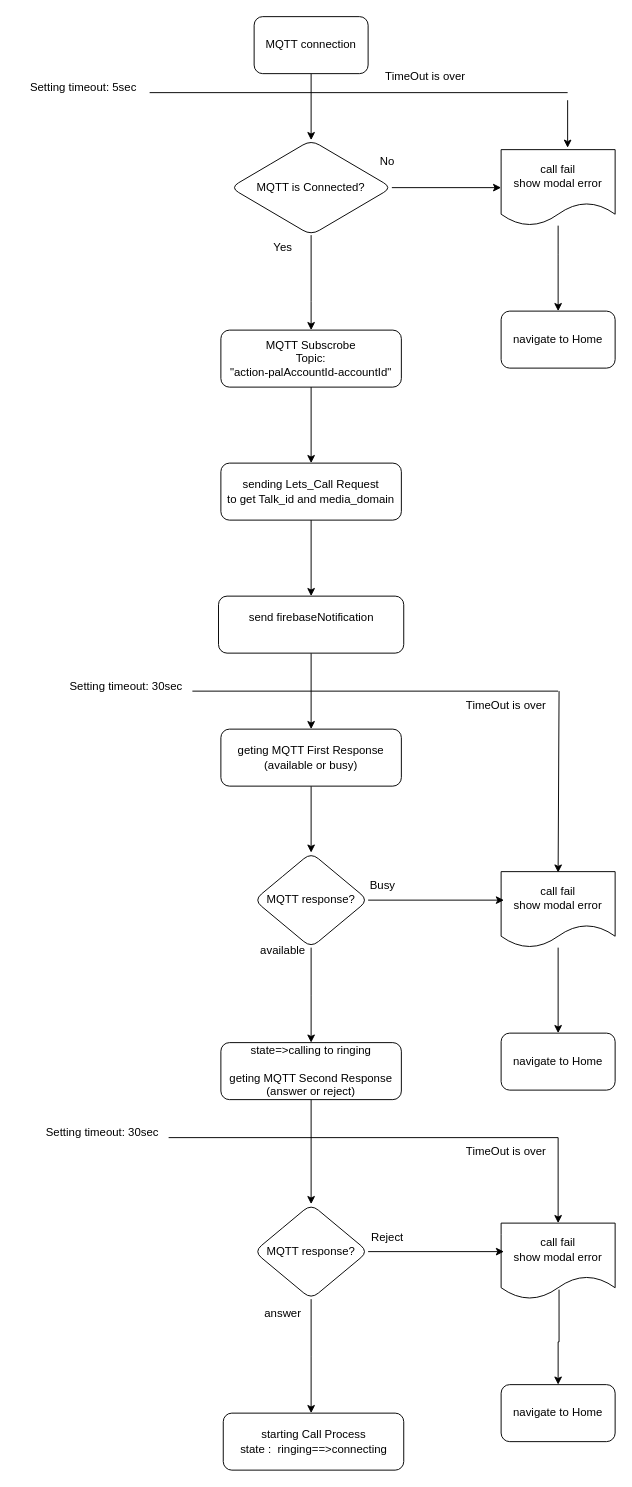
Earlier version of the draw.io diagram page "calling_to_ringing" (3 of 3) of Untitled Diagram.drawio (argolpour/bash-scripts). Source tidied: cells renumbered, new cells numbered last; positions are measured from the earlier drawing's top-left corner, leaving out a move shared by most shapes. Both pictures are drawn from the tidied source at 95%, with x=0, y=0 at pixel (16, 16).
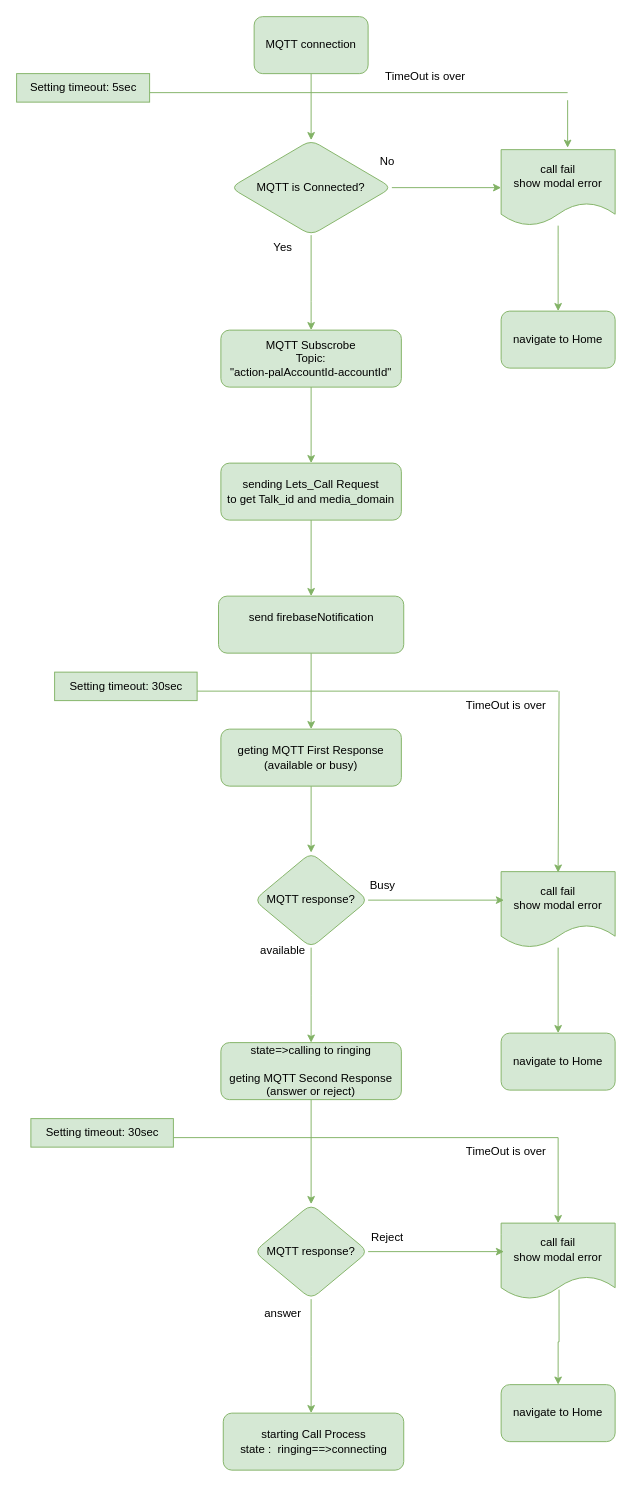
The same diagram, later.

Diff of the diagram source:
```diff
@@
-    <mxCell id="2" style="edgeStyle=orthogonalEdgeStyle;rounded=0;jettySize=auto;html=1;" parent="1" edge="1" source="3" target="6">
+    <mxCell id="2" style="edgeStyle=orthogonalEdgeStyle;rounded=0;jettySize=auto;html=1;fillColor=#d5e8d4;strokeColor=#82b366;" parent="1" edge="1" source="3" target="6">
       <mxGeometry relative="1" as="geometry" />
     </mxCell>
-    <mxCell id="3" value="MQTT connection" style="rounded=1;whiteSpace=wrap;html=1;" parent="1" vertex="1">
+    <mxCell id="3" value="MQTT connection" style="rounded=1;whiteSpace=wrap;html=1;fillColor=#d5e8d4;strokeColor=#82b366;" parent="1" vertex="1">
       <mxGeometry x="250" width="120" height="60" as="geometry" />
     </mxCell>
-    <mxCell id="4" style="edgeStyle=orthogonalEdgeStyle;rounded=0;jettySize=auto;html=1;" parent="1" edge="1" source="6" target="8">
+    <mxCell id="4" style="edgeStyle=orthogonalEdgeStyle;rounded=0;jettySize=auto;html=1;fillColor=#d5e8d4;strokeColor=#82b366;" parent="1" edge="1" source="6" target="8">
       <mxGeometry relative="1" as="geometry" />
     </mxCell>
-    <mxCell id="5" style="edgeStyle=orthogonalEdgeStyle;rounded=0;jettySize=auto;html=1;" parent="1" edge="1" source="6" target="12">
+    <mxCell id="5" style="edgeStyle=orthogonalEdgeStyle;rounded=0;jettySize=auto;html=1;fillColor=#d5e8d4;strokeColor=#82b366;" parent="1" edge="1" source="6" target="12">
       <mxGeometry relative="1" as="geometry">
         <Array as="points">
           <mxPoint x="310" y="300" />
           <mxPoint x="310" y="300" />
         </Array>
       </mxGeometry>
     </mxCell>
-    <mxCell id="6" value="MQTT is Connected?" style="rhombus;whiteSpace=wrap;html=1;rounded=1;" parent="1" vertex="1">
+    <mxCell id="6" value="MQTT is Connected?" style="rhombus;whiteSpace=wrap;html=1;rounded=1;fillColor=#d5e8d4;strokeColor=#82b366;" parent="1" vertex="1">
       <mxGeometry x="225" y="130" width="170" height="100" as="geometry" />
     </mxCell>
-    <mxCell id="7" style="edgeStyle=orthogonalEdgeStyle;rounded=0;jettySize=auto;html=1;" parent="1" edge="1" source="8" target="10">
+    <mxCell id="7" style="edgeStyle=orthogonalEdgeStyle;rounded=0;jettySize=auto;html=1;fillColor=#d5e8d4;strokeColor=#82b366;" parent="1" edge="1" source="8" target="10">
       <mxGeometry relative="1" as="geometry">
         <Array as="points">
           <mxPoint x="570" y="250" />
           <mxPoint x="570" y="250" />
         </Array>
       </mxGeometry>
     </mxCell>
-    <mxCell id="8" value="&lt;div&gt;call fail&lt;/div&gt;&lt;div&gt;show modal error&lt;br&gt;&lt;/div&gt;" style="shape=document;whiteSpace=wrap;html=1;boundedLbl=1;rounded=1;" parent="1" vertex="1">
+    <mxCell id="8" value="&lt;div&gt;call fail&lt;/div&gt;&lt;div&gt;show modal error&lt;br&gt;&lt;/div&gt;" style="shape=document;whiteSpace=wrap;html=1;boundedLbl=1;rounded=1;fillColor=#d5e8d4;strokeColor=#82b366;" parent="1" vertex="1">
       <mxGeometry x="510" y="140" width="120" height="80" as="geometry" />
     </mxCell>
-    <mxCell id="9" value="No" style="text;html=1;align=center;verticalAlign=middle;strokeColor=none;fillColor=none;" parent="1" vertex="1">
+    <mxCell id="9" value="No" style="text;html=1;align=center;verticalAlign=middle;" parent="1" vertex="1">
       <mxGeometry x="370" y="138" width="40" height="30" as="geometry" />
     </mxCell>
-    <mxCell id="10" value="navigate to Home" style="rounded=1;whiteSpace=wrap;html=1;" parent="1" vertex="1">
+    <mxCell id="10" value="navigate to Home" style="rounded=1;whiteSpace=wrap;html=1;fillColor=#d5e8d4;strokeColor=#82b366;" parent="1" vertex="1">
       <mxGeometry x="510" y="310" width="120" height="60" as="geometry" />
     </mxCell>
-    <mxCell id="11" style="edgeStyle=orthogonalEdgeStyle;rounded=0;jettySize=auto;html=1;" parent="1" edge="1" source="12" target="19">
+    <mxCell id="11" style="edgeStyle=orthogonalEdgeStyle;rounded=0;jettySize=auto;html=1;fillColor=#d5e8d4;strokeColor=#82b366;" parent="1" edge="1" source="12" target="19">
       <mxGeometry relative="1" as="geometry" />
     </mxCell>
-    <mxCell id="12" value="&lt;div&gt;MQTT Subscrobe &lt;br&gt;&lt;/div&gt;&lt;div&gt;Topic:&lt;/div&gt;&lt;div&gt;&quot;action-palAccountId-accountId&quot;&lt;br&gt;&lt;/div&gt;" style="whiteSpace=wrap;html=1;rounded=1;" parent="1" vertex="1">
+    <mxCell id="12" value="&lt;div&gt;MQTT Subscrobe &lt;br&gt;&lt;/div&gt;&lt;div&gt;Topic:&lt;/div&gt;&lt;div&gt;&quot;action-palAccountId-accountId&quot;&lt;br&gt;&lt;/div&gt;" style="whiteSpace=wrap;html=1;rounded=1;fillColor=#d5e8d4;strokeColor=#82b366;" parent="1" vertex="1">
       <mxGeometry x="215" y="330" width="190" height="60" as="geometry" />
     </mxCell>
-    <mxCell id="13" value="Yes" style="text;html=1;align=center;verticalAlign=middle;strokeColor=none;fillColor=none;" parent="1" vertex="1">
+    <mxCell id="13" value="Yes" style="text;html=1;align=center;verticalAlign=middle;" parent="1" vertex="1">
       <mxGeometry x="260" y="228" width="40" height="30" as="geometry" />
     </mxCell>
-    <mxCell id="14" style="endArrow=none;html=1;rounded=0;" parent="1" edge="1">
+    <mxCell id="14" style="endArrow=none;html=1;rounded=0;fillColor=#d5e8d4;strokeColor=#82b366;" parent="1" edge="1">
       <mxGeometry relative="1" as="geometry">
         <mxPoint x="140" y="80" as="sourcePoint" />
         <mxPoint x="580" y="80" as="targetPoint" />
       </mxGeometry>
     </mxCell>
-    <mxCell id="15" value="Setting timeout: 5sec " style="text;html=1;align=center;verticalAlign=middle;strokeColor=none;fillColor=none;" parent="1" vertex="1">
+    <mxCell id="15" value="Setting timeout: 5sec " style="text;html=1;align=center;verticalAlign=middle;strokeColor=#82b366;fillColor=#d5e8d4;" parent="1" vertex="1">
       <mxGeometry y="60" width="140" height="30" as="geometry" />
     </mxCell>
-    <mxCell id="16" style="endArrow=classic;html=1;rounded=0;" parent="1" edge="1">
+    <mxCell id="16" style="endArrow=classic;html=1;rounded=0;fillColor=#d5e8d4;strokeColor=#82b366;" parent="1" edge="1">
       <mxGeometry relative="1" as="geometry">
         <mxPoint x="580" y="88" as="sourcePoint" />
         <mxPoint x="580" y="138" as="targetPoint" />
       </mxGeometry>
     </mxCell>
-    <mxCell id="17" value="TimeOut is over" style="text;html=1;align=center;verticalAlign=middle;strokeColor=none;fillColor=none;" parent="1" vertex="1">
+    <mxCell id="17" value="TimeOut is over" style="text;html=1;align=center;verticalAlign=middle;" parent="1" vertex="1">
       <mxGeometry x="375" y="48" width="110" height="30" as="geometry" />
     </mxCell>
-    <mxCell id="18" style="edgeStyle=orthogonalEdgeStyle;rounded=0;jettySize=auto;html=1;" parent="1" edge="1" source="19" target="21">
+    <mxCell id="18" style="edgeStyle=orthogonalEdgeStyle;rounded=0;jettySize=auto;html=1;fillColor=#d5e8d4;strokeColor=#82b366;" parent="1" edge="1" source="19" target="21">
       <mxGeometry relative="1" as="geometry" />
     </mxCell>
-    <mxCell id="19" value="&lt;div&gt;sending Lets_Call Request&lt;/div&gt;&lt;div&gt;to get Talk_id and media_domain&lt;br&gt;&lt;/div&gt;" style="rounded=1;whiteSpace=wrap;html=1;" parent="1" vertex="1">
+    <mxCell id="19" value="&lt;div&gt;sending Lets_Call Request&lt;/div&gt;&lt;div&gt;to get Talk_id and media_domain&lt;br&gt;&lt;/div&gt;" style="rounded=1;whiteSpace=wrap;html=1;fillColor=#d5e8d4;strokeColor=#82b366;" parent="1" vertex="1">
       <mxGeometry x="215" y="470" width="190" height="60" as="geometry" />
     </mxCell>
-    <mxCell id="20" style="edgeStyle=orthogonalEdgeStyle;rounded=0;jettySize=auto;html=1;" parent="1" edge="1" source="21" target="26">
+    <mxCell id="20" style="edgeStyle=orthogonalEdgeStyle;rounded=0;jettySize=auto;html=1;fillColor=#d5e8d4;strokeColor=#82b366;" parent="1" edge="1" source="21" target="26">
       <mxGeometry relative="1" as="geometry" />
     </mxCell>
-    <mxCell id="21" value="&lt;div&gt;send firebaseNotification&lt;/div&gt;&lt;div&gt;&lt;br&gt;&lt;/div&gt;" style="whiteSpace=wrap;html=1;rounded=1;" parent="1" vertex="1">
+    <mxCell id="21" value="&lt;div&gt;send firebaseNotification&lt;/div&gt;&lt;div&gt;&lt;br&gt;&lt;/div&gt;" style="whiteSpace=wrap;html=1;rounded=1;fillColor=#d5e8d4;strokeColor=#82b366;" parent="1" vertex="1">
       <mxGeometry x="212.5" y="610" width="195" height="60" as="geometry" />
     </mxCell>
-    <mxCell id="22" style="endArrow=none;html=1;rounded=0;" parent="1" edge="1">
+    <mxCell id="22" style="endArrow=none;html=1;rounded=0;fillColor=#d5e8d4;strokeColor=#82b366;" parent="1" edge="1">
       <mxGeometry relative="1" as="geometry">
         <mxPoint x="185" y="710" as="sourcePoint" />
         <mxPoint x="570" y="710" as="targetPoint" />
       </mxGeometry>
     </mxCell>
-    <mxCell id="23" value="Setting timeout: 30sec " style="text;html=1;align=center;verticalAlign=middle;strokeColor=none;fillColor=none;" parent="1" vertex="1">
+    <mxCell id="23" value="Setting timeout: 30sec " style="text;html=1;align=center;verticalAlign=middle;strokeColor=#82b366;fillColor=#d5e8d4;" parent="1" vertex="1">
       <mxGeometry x="40" y="690" width="150" height="30" as="geometry" />
     </mxCell>
-    <mxCell id="24" style="endArrow=classic;html=1;rounded=0;entryX=0.7;entryY=0.013;entryDx=0;entryDy=0;entryPerimeter=0;" parent="1" edge="1">
+    <mxCell id="24" style="endArrow=classic;html=1;rounded=0;entryX=0.7;entryY=0.013;entryDx=0;entryDy=0;entryPerimeter=0;fillColor=#d5e8d4;strokeColor=#82b366;" parent="1" edge="1">
       <mxGeometry relative="1" as="geometry">
         <mxPoint x="571" y="710" as="sourcePoint" />
         <mxPoint x="570" y="901" as="targetPoint" />
       </mxGeometry>
     </mxCell>
-    <mxCell id="25" style="edgeStyle=orthogonalEdgeStyle;rounded=0;jettySize=auto;html=1;" parent="1" edge="1" source="26" target="28">
+    <mxCell id="25" style="edgeStyle=orthogonalEdgeStyle;rounded=0;jettySize=auto;html=1;fillColor=#d5e8d4;strokeColor=#82b366;" parent="1" edge="1" source="26" target="28">
       <mxGeometry relative="1" as="geometry" />
     </mxCell>
-    <mxCell id="26" value="&lt;div&gt;geting MQTT First Response&lt;/div&gt;&lt;div&gt;(available or busy)&lt;br&gt;&lt;/div&gt;" style="whiteSpace=wrap;html=1;rounded=1;" parent="1" vertex="1">
+    <mxCell id="26" value="&lt;div&gt;geting MQTT First Response&lt;/div&gt;&lt;div&gt;(available or busy)&lt;br&gt;&lt;/div&gt;" style="whiteSpace=wrap;html=1;rounded=1;fillColor=#d5e8d4;strokeColor=#82b366;" parent="1" vertex="1">
       <mxGeometry x="215" y="750" width="190" height="60" as="geometry" />
     </mxCell>
-    <mxCell id="27" style="edgeStyle=orthogonalEdgeStyle;rounded=0;jettySize=auto;html=1;" parent="1" edge="1" source="28">
+    <mxCell id="27" style="edgeStyle=orthogonalEdgeStyle;rounded=0;jettySize=auto;html=1;fillColor=#d5e8d4;strokeColor=#82b366;" parent="1" edge="1" source="28">
       <mxGeometry relative="1" as="geometry">
         <mxPoint x="310" y="1080" as="targetPoint" />
       </mxGeometry>
     </mxCell>
-    <mxCell id="28" value="MQTT response?" style="rhombus;whiteSpace=wrap;html=1;rounded=1;" parent="1" vertex="1">
+    <mxCell id="28" value="MQTT response?" style="rhombus;whiteSpace=wrap;html=1;rounded=1;fillColor=#d5e8d4;strokeColor=#82b366;" parent="1" vertex="1">
       <mxGeometry x="250" y="880" width="120" height="100" as="geometry" />
     </mxCell>
-    <mxCell id="29" style="edgeStyle=orthogonalEdgeStyle;rounded=0;jettySize=auto;html=1;" parent="1" edge="1" source="30" target="31">
+    <mxCell id="29" style="edgeStyle=orthogonalEdgeStyle;rounded=0;jettySize=auto;html=1;fillColor=#d5e8d4;strokeColor=#82b366;" parent="1" edge="1" source="30" target="31">
       <mxGeometry relative="1" as="geometry" />
     </mxCell>
-    <mxCell id="30" value="&lt;div&gt;call fail&lt;/div&gt;&lt;div&gt;show modal error&lt;br&gt;&lt;/div&gt;" style="shape=document;whiteSpace=wrap;html=1;boundedLbl=1;rounded=1;" parent="1" vertex="1">
+    <mxCell id="30" value="&lt;div&gt;call fail&lt;/div&gt;&lt;div&gt;show modal error&lt;br&gt;&lt;/div&gt;" style="shape=document;whiteSpace=wrap;html=1;boundedLbl=1;rounded=1;fillColor=#d5e8d4;strokeColor=#82b366;" parent="1" vertex="1">
       <mxGeometry x="510" y="900" width="120" height="80" as="geometry" />
     </mxCell>
-    <mxCell id="31" value="navigate to Home" style="rounded=1;whiteSpace=wrap;html=1;" parent="1" vertex="1">
+    <mxCell id="31" value="navigate to Home" style="rounded=1;whiteSpace=wrap;html=1;fillColor=#d5e8d4;strokeColor=#82b366;" parent="1" vertex="1">
       <mxGeometry x="510" y="1070" width="120" height="60" as="geometry" />
     </mxCell>
-    <mxCell id="32" value="TimeOut is over" style="text;html=1;align=center;verticalAlign=middle;strokeColor=none;fillColor=none;" parent="1" vertex="1">
+    <mxCell id="32" value="TimeOut is over" style="text;html=1;align=center;verticalAlign=middle;" parent="1" vertex="1">
       <mxGeometry x="460" y="710" width="110" height="30" as="geometry" />
     </mxCell>
-    <mxCell id="33" value="Busy" style="text;html=1;align=center;verticalAlign=middle;strokeColor=none;fillColor=none;" parent="1" vertex="1">
+    <mxCell id="33" value="Busy" style="text;html=1;align=center;verticalAlign=middle;" parent="1" vertex="1">
       <mxGeometry x="360" y="900" width="50" height="30" as="geometry" />
     </mxCell>
-    <mxCell id="34" style="edgeStyle=orthogonalEdgeStyle;rounded=0;jettySize=auto;html=1;entryX=0.025;entryY=0.375;entryDx=0;entryDy=0;entryPerimeter=0;" parent="1" edge="1" source="28" target="30">
+    <mxCell id="34" style="edgeStyle=orthogonalEdgeStyle;rounded=0;jettySize=auto;html=1;entryX=0.025;entryY=0.375;entryDx=0;entryDy=0;entryPerimeter=0;fillColor=#d5e8d4;strokeColor=#82b366;" parent="1" edge="1" source="28" target="30">
       <mxGeometry relative="1" as="geometry" />
     </mxCell>
-    <mxCell id="35" value="available" style="text;html=1;align=center;verticalAlign=middle;strokeColor=none;fillColor=none;" parent="1" vertex="1">
+    <mxCell id="35" value="available" style="text;html=1;align=center;verticalAlign=middle;" parent="1" vertex="1">
       <mxGeometry x="245" y="968" width="70" height="30" as="geometry" />
     </mxCell>
-    <mxCell id="36" value="&lt;div&gt;state=&amp;gt;calling to ringing&lt;/div&gt;&lt;div&gt;&lt;br&gt;&lt;/div&gt;&lt;div&gt;geting MQTT Second Response&lt;/div&gt;&lt;div&gt;(answer or reject)&lt;br&gt;&lt;/div&gt;" style="whiteSpace=wrap;html=1;rounded=1;" parent="1" vertex="1">
+    <mxCell id="36" value="&lt;div&gt;state=&amp;gt;calling to ringing&lt;/div&gt;&lt;div&gt;&lt;br&gt;&lt;/div&gt;&lt;div&gt;geting MQTT Second Response&lt;/div&gt;&lt;div&gt;(answer or reject)&lt;br&gt;&lt;/div&gt;" style="whiteSpace=wrap;html=1;rounded=1;fillColor=#d5e8d4;strokeColor=#82b366;" parent="1" vertex="1">
       <mxGeometry x="215" y="1080" width="190" height="60" as="geometry" />
     </mxCell>
-    <mxCell id="37" style="endArrow=none;html=1;rounded=0;" parent="1" edge="1">
+    <mxCell id="37" style="endArrow=none;html=1;rounded=0;fillColor=#d5e8d4;strokeColor=#82b366;" parent="1" edge="1">
       <mxGeometry relative="1" as="geometry">
         <mxPoint x="160" y="1180" as="sourcePoint" />
         <mxPoint x="570" y="1180" as="targetPoint" />
       </mxGeometry>
     </mxCell>
-    <mxCell id="38" value="Setting timeout: 30sec " style="text;html=1;align=center;verticalAlign=middle;strokeColor=none;fillColor=none;" parent="1" vertex="1">
+    <mxCell id="38" value="Setting timeout: 30sec " style="text;html=1;align=center;verticalAlign=middle;strokeColor=#82b366;fillColor=#d5e8d4;" parent="1" vertex="1">
       <mxGeometry x="15" y="1160" width="150" height="30" as="geometry" />
     </mxCell>
-    <mxCell id="39" style="endArrow=classic;html=1;rounded=0;entryX=0.5;entryY=0;entryDx=0;entryDy=0;" parent="1" edge="1" target="45">
+    <mxCell id="39" style="endArrow=classic;html=1;rounded=0;entryX=0.5;entryY=0;entryDx=0;entryDy=0;fillColor=#d5e8d4;strokeColor=#82b366;" parent="1" edge="1" target="45">
       <mxGeometry relative="1" as="geometry">
         <mxPoint x="570" y="1180" as="sourcePoint" />
       </mxGeometry>
     </mxCell>
-    <mxCell id="40" value="TimeOut is over" style="text;html=1;align=center;verticalAlign=middle;strokeColor=none;fillColor=none;" parent="1" vertex="1">
+    <mxCell id="40" value="TimeOut is over" style="text;html=1;align=center;verticalAlign=middle;" parent="1" vertex="1">
       <mxGeometry x="460" y="1180" width="110" height="30" as="geometry" />
     </mxCell>
-    <mxCell id="41" style="edgeStyle=orthogonalEdgeStyle;rounded=0;jettySize=auto;html=1;exitX=0.5;exitY=1;exitDx=0;exitDy=0;" parent="1" edge="1" source="36" target="43">
+    <mxCell id="41" style="edgeStyle=orthogonalEdgeStyle;rounded=0;jettySize=auto;html=1;exitX=0.5;exitY=1;exitDx=0;exitDy=0;fillColor=#d5e8d4;strokeColor=#82b366;" parent="1" edge="1" source="36" target="43">
       <mxGeometry relative="1" as="geometry" />
     </mxCell>
-    <mxCell id="42" style="edgeStyle=orthogonalEdgeStyle;rounded=0;jettySize=auto;html=1;" parent="1" edge="1" source="43">
+    <mxCell id="42" style="edgeStyle=orthogonalEdgeStyle;rounded=0;jettySize=auto;html=1;fillColor=#d5e8d4;strokeColor=#82b366;" parent="1" edge="1" source="43">
       <mxGeometry relative="1" as="geometry">
         <mxPoint x="310" y="1470" as="targetPoint" />
       </mxGeometry>
     </mxCell>
-    <mxCell id="43" value="MQTT response?" style="rhombus;whiteSpace=wrap;html=1;rounded=1;" parent="1" vertex="1">
+    <mxCell id="43" value="MQTT response?" style="rhombus;whiteSpace=wrap;html=1;rounded=1;fillColor=#d5e8d4;strokeColor=#82b366;" parent="1" vertex="1">
       <mxGeometry x="250" y="1250" width="120" height="100" as="geometry" />
     </mxCell>
-    <mxCell id="44" style="edgeStyle=orthogonalEdgeStyle;rounded=0;jettySize=auto;html=1;exitX=0.508;exitY=0.875;exitDx=0;exitDy=0;exitPerimeter=0;" parent="1" edge="1" source="45" target="46">
+    <mxCell id="44" style="edgeStyle=orthogonalEdgeStyle;rounded=0;jettySize=auto;html=1;exitX=0.508;exitY=0.875;exitDx=0;exitDy=0;exitPerimeter=0;fillColor=#d5e8d4;strokeColor=#82b366;" parent="1" edge="1" source="45" target="46">
       <mxGeometry relative="1" as="geometry" />
     </mxCell>
-    <mxCell id="45" value="&lt;div&gt;call fail&lt;/div&gt;&lt;div&gt;show modal error&lt;br&gt;&lt;/div&gt;" style="shape=document;whiteSpace=wrap;html=1;boundedLbl=1;rounded=1;" parent="1" vertex="1">
+    <mxCell id="45" value="&lt;div&gt;call fail&lt;/div&gt;&lt;div&gt;show modal error&lt;br&gt;&lt;/div&gt;" style="shape=document;whiteSpace=wrap;html=1;boundedLbl=1;rounded=1;fillColor=#d5e8d4;strokeColor=#82b366;" parent="1" vertex="1">
       <mxGeometry x="510" y="1270" width="120" height="80" as="geometry" />
     </mxCell>
-    <mxCell id="46" value="navigate to Home" style="rounded=1;whiteSpace=wrap;html=1;" parent="1" vertex="1">
+    <mxCell id="46" value="navigate to Home" style="rounded=1;whiteSpace=wrap;html=1;fillColor=#d5e8d4;strokeColor=#82b366;" parent="1" vertex="1">
       <mxGeometry x="510" y="1440" width="120" height="60" as="geometry" />
     </mxCell>
-    <mxCell id="47" style="edgeStyle=orthogonalEdgeStyle;rounded=0;jettySize=auto;html=1;entryX=0.025;entryY=0.375;entryDx=0;entryDy=0;entryPerimeter=0;" parent="1" edge="1" source="43" target="45">
+    <mxCell id="47" style="edgeStyle=orthogonalEdgeStyle;rounded=0;jettySize=auto;html=1;entryX=0.025;entryY=0.375;entryDx=0;entryDy=0;entryPerimeter=0;fillColor=#d5e8d4;strokeColor=#82b366;" parent="1" edge="1" source="43" target="45">
       <mxGeometry relative="1" as="geometry" />
     </mxCell>
-    <mxCell id="48" value="Reject" style="text;html=1;align=center;verticalAlign=middle;strokeColor=none;fillColor=none;" parent="1" vertex="1">
+    <mxCell id="48" value="Reject" style="text;html=1;align=center;verticalAlign=middle;" parent="1" vertex="1">
       <mxGeometry x="360" y="1270" width="60" height="30" as="geometry" />
     </mxCell>
-    <mxCell id="49" value="answer" style="text;html=1;align=center;verticalAlign=middle;strokeColor=none;fillColor=none;" parent="1" vertex="1">
+    <mxCell id="49" value="answer" style="text;html=1;align=center;verticalAlign=middle;" parent="1" vertex="1">
       <mxGeometry x="250" y="1350" width="60" height="30" as="geometry" />
     </mxCell>
-    <mxCell id="50" value="&lt;div&gt;starting Call Process&lt;/div&gt;&lt;div&gt;state :&amp;nbsp; ringing==&amp;gt;connecting&lt;br&gt;&lt;/div&gt;" style="whiteSpace=wrap;html=1;rounded=1;" parent="1" vertex="1">
+    <mxCell id="50" value="&lt;div&gt;starting Call Process&lt;/div&gt;&lt;div&gt;state :&amp;nbsp; ringing==&amp;gt;connecting&lt;br&gt;&lt;/div&gt;" style="whiteSpace=wrap;html=1;rounded=1;fillColor=#d5e8d4;strokeColor=#82b366;" parent="1" vertex="1">
       <mxGeometry x="217.5" y="1470" width="190" height="60" as="geometry" />
     </mxCell>
```
